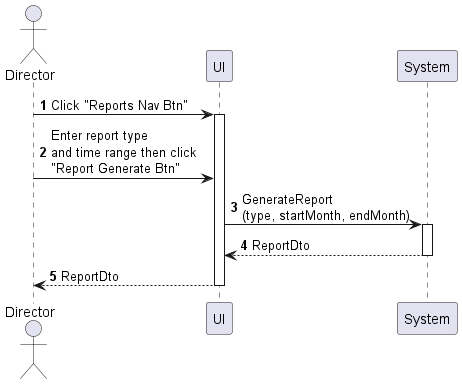
phihungha/scmss-reqs keeps this PlantUML diagram as sequences/report-generate.png. Above is the earlier version.
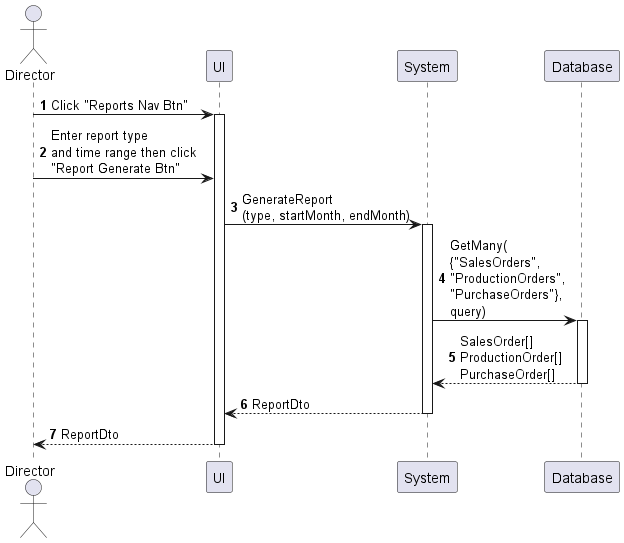
The same diagram one commit later.

What changed in the source:
```diff
@@ -4,12 +4,16 @@
 actor "Director" as a
 participant UI as f
 participant System as b
+participant Database as d
 
 a -> f : Click "Reports Nav Btn"
 activate f
 a -> f : Enter report type\nand time range then click\n"Report Generate Btn"
 f -> b : GenerateReport\n(type, startMonth, endMonth)
 activate b
+b -> d : GetMany(\n{"SalesOrders",\n"ProductionOrders",\n"PurchaseOrders"},\nquery)
+activate d
+return SalesOrder[]\nProductionOrder[]\nPurchaseOrder[]
 return ReportDto
 return ReportDto
 @enduml
```
